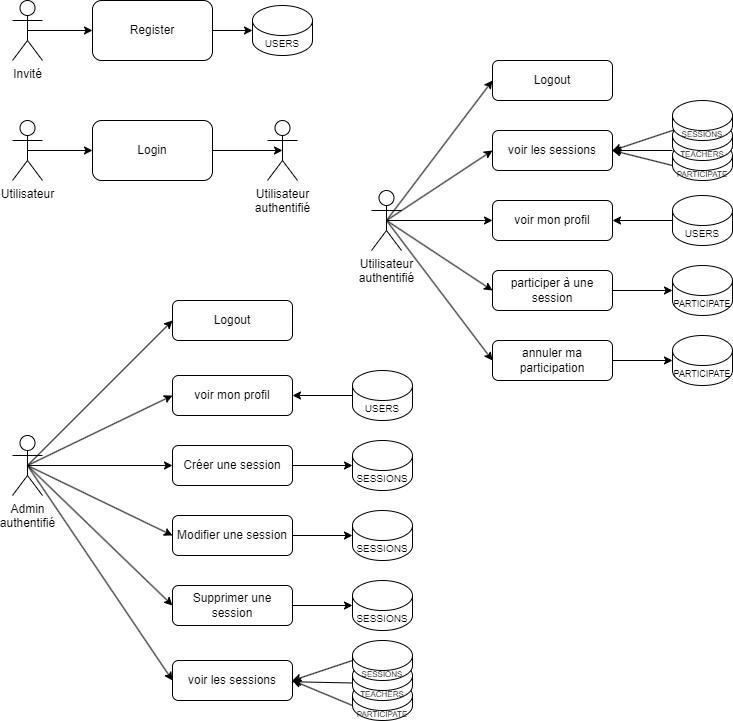
The draw.io diagram ressources/cypress/useCase.drawio.png in TangiLC/OC-P5_Yoga, before a commit. Source tidied: cells renumbered, new cells last; positions are measured from the earlier drawing's top-left corner, leaving out a move shared by most shapes.
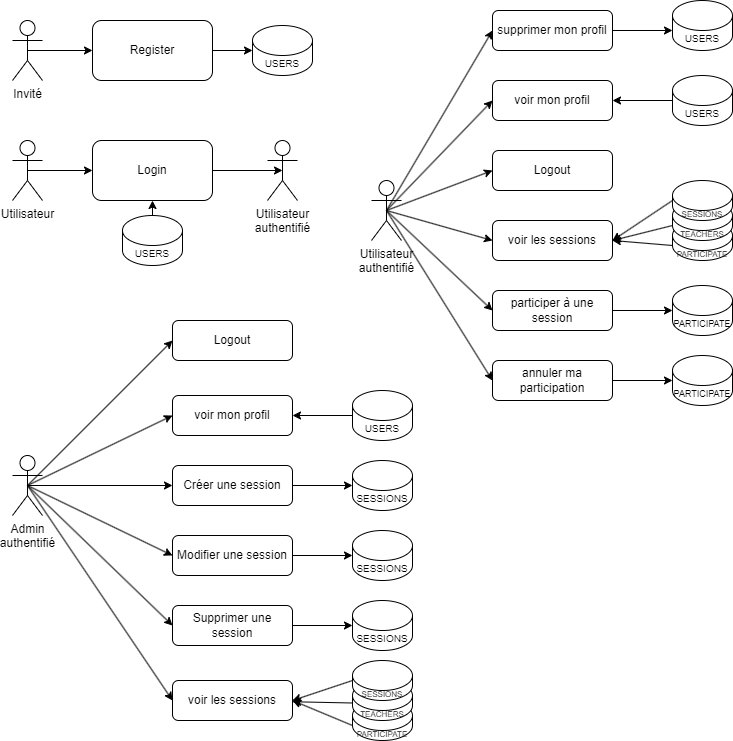
The same diagram one commit later.

What changed in the source:
```diff
@@ -6,7 +6,7 @@
       <mxGeometry relative="1" as="geometry" />
     </mxCell>
     <mxCell id="3" value="&lt;font style=&quot;&quot;&gt;&lt;font style=&quot;font-size: 8px;&quot;&gt;PARTICIPATE&lt;/font&gt;&lt;br&gt;&lt;/font&gt;" style="shape=cylinder3;whiteSpace=wrap;html=1;boundedLbl=1;backgroundOutline=1;size=15;" parent="1" vertex="1">
-      <mxGeometry x="660" y="140" width="60" height="40" as="geometry" />
+      <mxGeometry x="660" y="200" width="60" height="40" as="geometry" />
     </mxCell>
     <mxCell id="4" value="Invité" style="shape=umlActor;verticalLabelPosition=bottom;verticalAlign=top;html=1;outlineConnect=0;" parent="1" vertex="1">
       <mxGeometry width="30" height="60" as="geometry" />
@@ -32,8 +32,8 @@
     <mxCell id="11" style="endArrow=classic;html=1;entryX=0;entryY=0.5;entryDx=0;entryDy=0;exitX=0.5;exitY=0.5;exitDx=0;exitDy=0;exitPerimeter=0;" parent="1" edge="1" source="9" target="10">
       <mxGeometry relative="1" as="geometry" />
     </mxCell>
-    <mxCell id="12" value="voir mon profil" style="rounded=1;whiteSpace=wrap;html=1;" parent="1" vertex="1">
-      <mxGeometry x="480" y="200" width="120" height="40" as="geometry" />
+    <mxCell id="12" value="supprimer mon profil" style="rounded=1;whiteSpace=wrap;html=1;" parent="1" vertex="1">
+      <mxGeometry x="480" y="-10" width="120" height="40" as="geometry" />
     </mxCell>
     <mxCell id="13" style="edgeStyle=none;html=1;fontSize=10;entryX=0;entryY=0.5;entryDx=0;entryDy=0;exitX=0.5;exitY=0.5;exitDx=0;exitDy=0;exitPerimeter=0;" parent="1" edge="1" source="24" target="20">
       <mxGeometry relative="1" as="geometry" />
@@ -41,13 +41,11 @@
     <mxCell id="14" style="edgeStyle=none;html=1;fontSize=10;entryX=0;entryY=0.5;entryDx=0;entryDy=0;exitX=0.5;exitY=0.5;exitDx=0;exitDy=0;exitPerimeter=0;" parent="1" edge="1" source="24" target="17">
       <mxGeometry relative="1" as="geometry" />
     </mxCell>
-    <mxCell id="15" style="edgeStyle=none;html=1;exitX=0;exitY=0.5;exitDx=0;exitDy=0;exitPerimeter=0;entryX=1;entryY=0.5;entryDx=0;entryDy=0;fontSize=10;" parent="1" edge="1" target="12">
-      <mxGeometry relative="1" as="geometry">
-        <mxPoint x="660" y="220" as="sourcePoint" />
-      </mxGeometry>
+    <mxCell id="15" style="edgeStyle=none;html=1;exitX=1;exitY=0.5;exitDx=0;exitDy=0;entryX=0;entryY=0;entryDx=0;entryDy=30;fontSize=10;entryPerimeter=0;" parent="1" edge="1" source="12" target="16">
+      <mxGeometry relative="1" as="geometry" />
     </mxCell>
     <mxCell id="16" value="&lt;font style=&quot;font-size: 10px;&quot;&gt;USERS&lt;/font&gt;" style="shape=cylinder3;whiteSpace=wrap;html=1;boundedLbl=1;backgroundOutline=1;size=15;" parent="1" vertex="1">
-      <mxGeometry x="660" y="195" width="60" height="50" as="geometry" />
+      <mxGeometry x="660" y="-20" width="60" height="50" as="geometry" />
     </mxCell>
     <mxCell id="17" value="participer à une session" style="rounded=1;whiteSpace=wrap;html=1;" parent="1" vertex="1">
       <mxGeometry x="480" y="270" width="120" height="40" as="geometry" />
@@ -70,10 +68,13 @@
     <mxCell id="23" style="edgeStyle=none;html=1;exitX=0.5;exitY=0.5;exitDx=0;exitDy=0;exitPerimeter=0;entryX=0;entryY=0.5;entryDx=0;entryDy=0;fontSize=10;" parent="1" edge="1" source="24" target="54">
       <mxGeometry relative="1" as="geometry" />
     </mxCell>
+    <mxCell id="62" style="edgeStyle=none;html=1;exitX=0.5;exitY=0.5;exitDx=0;exitDy=0;exitPerimeter=0;entryX=0;entryY=0.5;entryDx=0;entryDy=0;" parent="1" edge="1" source="24" target="12">
+      <mxGeometry relative="1" as="geometry" />
+    </mxCell>
     <mxCell id="24" value="Utilisateur&lt;br&gt;authentifié" style="shape=umlActor;verticalLabelPosition=bottom;verticalAlign=top;html=1;outlineConnect=0;" parent="1" vertex="1">
-      <mxGeometry x="359" y="190" width="30" height="60" as="geometry" />
+      <mxGeometry x="359" y="160" width="30" height="60" as="geometry" />
     </mxCell>
-    <mxCell id="25" style="endArrow=classic;html=1;fontSize=10;entryX=0;entryY=0.5;entryDx=0;entryDy=0;exitX=0.5;exitY=0.5;exitDx=0;exitDy=0;exitPerimeter=0;" parent="1" edge="1" source="24" target="12">
+    <mxCell id="25" style="endArrow=classic;html=1;fontSize=10;entryX=0;entryY=0.5;entryDx=0;entryDy=0;exitX=0.5;exitY=0.5;exitDx=0;exitDy=0;exitPerimeter=0;" parent="1" edge="1" source="24" target="63">
       <mxGeometry relative="1" as="geometry" />
     </mxCell>
     <mxCell id="26" value="Utilisateur&lt;br&gt;authentifié" style="shape=umlActor;verticalLabelPosition=bottom;verticalAlign=top;html=1;" parent="1" vertex="1">
@@ -150,22 +151,22 @@
       <mxGeometry relative="1" as="geometry" />
     </mxCell>
     <mxCell id="49" value="voir les sessions" style="rounded=1;whiteSpace=wrap;html=1;" parent="1" vertex="1">
-      <mxGeometry x="480" y="130" width="120" height="40" as="geometry" />
+      <mxGeometry x="480" y="200" width="120" height="40" as="geometry" />
     </mxCell>
-    <mxCell id="50" style="edgeStyle=none;html=1;exitX=0;exitY=0;exitDx=0;exitDy=30;exitPerimeter=0;fontSize=10;entryX=1;entryY=0.5;entryDx=0;entryDy=0;" parent="1" edge="1" source="52" target="49">
+    <mxCell id="50" style="edgeStyle=none;html=1;exitX=0;exitY=1;exitDx=0;exitDy=-15;exitPerimeter=0;fontSize=10;entryX=1;entryY=0.5;entryDx=0;entryDy=0;" parent="1" edge="1" source="52" target="49">
       <mxGeometry relative="1" as="geometry" />
     </mxCell>
-    <mxCell id="51" style="edgeStyle=none;html=1;exitX=0.5;exitY=0;exitDx=0;exitDy=0;exitPerimeter=0;fontSize=10;entryX=1;entryY=0.5;entryDx=0;entryDy=0;" parent="1" edge="1" source="52" target="49">
+    <mxCell id="51" style="edgeStyle=none;html=1;exitX=0;exitY=0.5;exitDx=0;exitDy=0;exitPerimeter=0;fontSize=10;entryX=1;entryY=0.5;entryDx=0;entryDy=0;" parent="1" edge="1" source="53" target="49">
       <mxGeometry relative="1" as="geometry" />
     </mxCell>
     <mxCell id="52" value="&lt;font style=&quot;font-size: 8px;&quot;&gt;TEACHERS&lt;/font&gt;" style="shape=cylinder3;whiteSpace=wrap;html=1;boundedLbl=1;backgroundOutline=1;size=15;" parent="1" vertex="1">
-      <mxGeometry x="660" y="120" width="60" height="40" as="geometry" />
+      <mxGeometry x="660" y="180" width="60" height="40" as="geometry" />
     </mxCell>
     <mxCell id="53" value="&lt;font style=&quot;font-size: 8px;&quot;&gt;SESSIONS&lt;/font&gt;" style="shape=cylinder3;whiteSpace=wrap;html=1;boundedLbl=1;backgroundOutline=1;size=15;" parent="1" vertex="1">
-      <mxGeometry x="660" y="100" width="60" height="40" as="geometry" />
+      <mxGeometry x="660" y="160" width="60" height="40" as="geometry" />
     </mxCell>
     <mxCell id="54" value="Logout" style="rounded=1;whiteSpace=wrap;html=1;" parent="1" vertex="1">
-      <mxGeometry x="480" y="60" width="120" height="40" as="geometry" />
+      <mxGeometry x="480" y="130" width="120" height="40" as="geometry" />
     </mxCell>
     <mxCell id="55" value="Logout" style="rounded=1;whiteSpace=wrap;html=1;" parent="1" vertex="1">
       <mxGeometry x="160" y="300" width="120" height="40" as="geometry" />
@@ -188,5 +189,22 @@
     <mxCell id="61" value="&lt;font style=&quot;font-size: 8px;&quot;&gt;SESSIONS&lt;/font&gt;" style="shape=cylinder3;whiteSpace=wrap;html=1;boundedLbl=1;backgroundOutline=1;size=15;" parent="1" vertex="1">
       <mxGeometry x="340" y="640" width="60" height="40" as="geometry" />
     </mxCell>
+    <mxCell id="63" value="voir mon profil" style="rounded=1;whiteSpace=wrap;html=1;" parent="1" vertex="1">
+      <mxGeometry x="480" y="60" width="120" height="40" as="geometry" />
+    </mxCell>
+    <mxCell id="64" style="edgeStyle=none;html=1;exitX=0;exitY=0.5;exitDx=0;exitDy=0;exitPerimeter=0;entryX=1;entryY=0.5;entryDx=0;entryDy=0;fontSize=10;" parent="1" edge="1" target="63">
+      <mxGeometry relative="1" as="geometry">
+        <mxPoint x="660" y="80" as="sourcePoint" />
+      </mxGeometry>
+    </mxCell>
+    <mxCell id="65" value="&lt;font style=&quot;font-size: 10px;&quot;&gt;USERS&lt;/font&gt;" style="shape=cylinder3;whiteSpace=wrap;html=1;boundedLbl=1;backgroundOutline=1;size=15;" parent="1" vertex="1">
+      <mxGeometry x="660" y="55" width="60" height="50" as="geometry" />
+    </mxCell>
+    <mxCell id="66" style="edgeStyle=none;html=1;exitX=0.5;exitY=0;exitDx=0;exitDy=0;exitPerimeter=0;entryX=0.5;entryY=1;entryDx=0;entryDy=0;fontSize=10;" parent="1" edge="1" source="67" target="10">
+      <mxGeometry relative="1" as="geometry" />
+    </mxCell>
+    <mxCell id="67" value="&lt;font style=&quot;font-size: 10px;&quot;&gt;USERS&lt;/font&gt;" style="shape=cylinder3;whiteSpace=wrap;html=1;boundedLbl=1;backgroundOutline=1;size=15;" parent="1" vertex="1">
+      <mxGeometry x="110" y="195" width="60" height="50" as="geometry" />
+    </mxCell>
   </root>
 </mxGraphModel>
```
